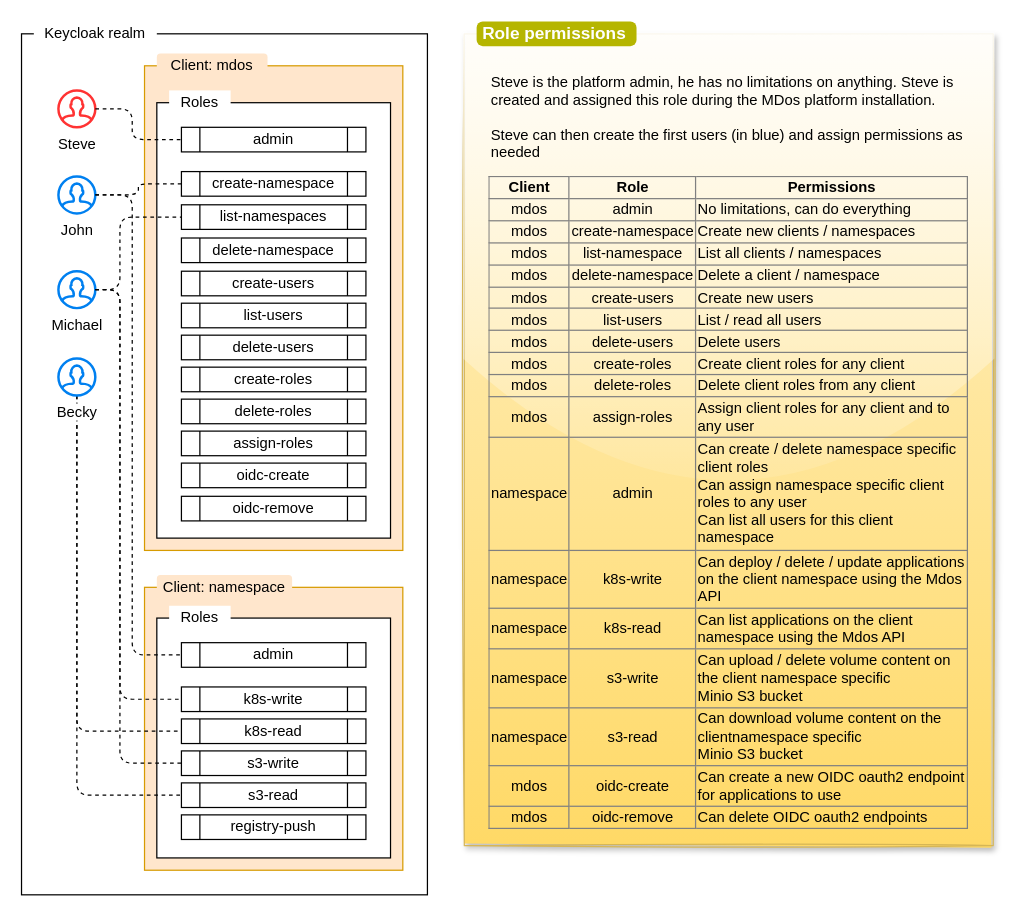
The draw.io diagram page "Keycloak roles" (3 of 8) of mdos-docs/draw.io/architecture.drawio in mdundek/mdos, before the edit. Source tidied: cells renumbered, new cells numbered last; positions are measured from the earlier drawing's top-left corner, leaving out a move shared by most shapes. Both pictures are drawn from the tidied source at 123%, with x=0, y=0 at pixel (21, 21).
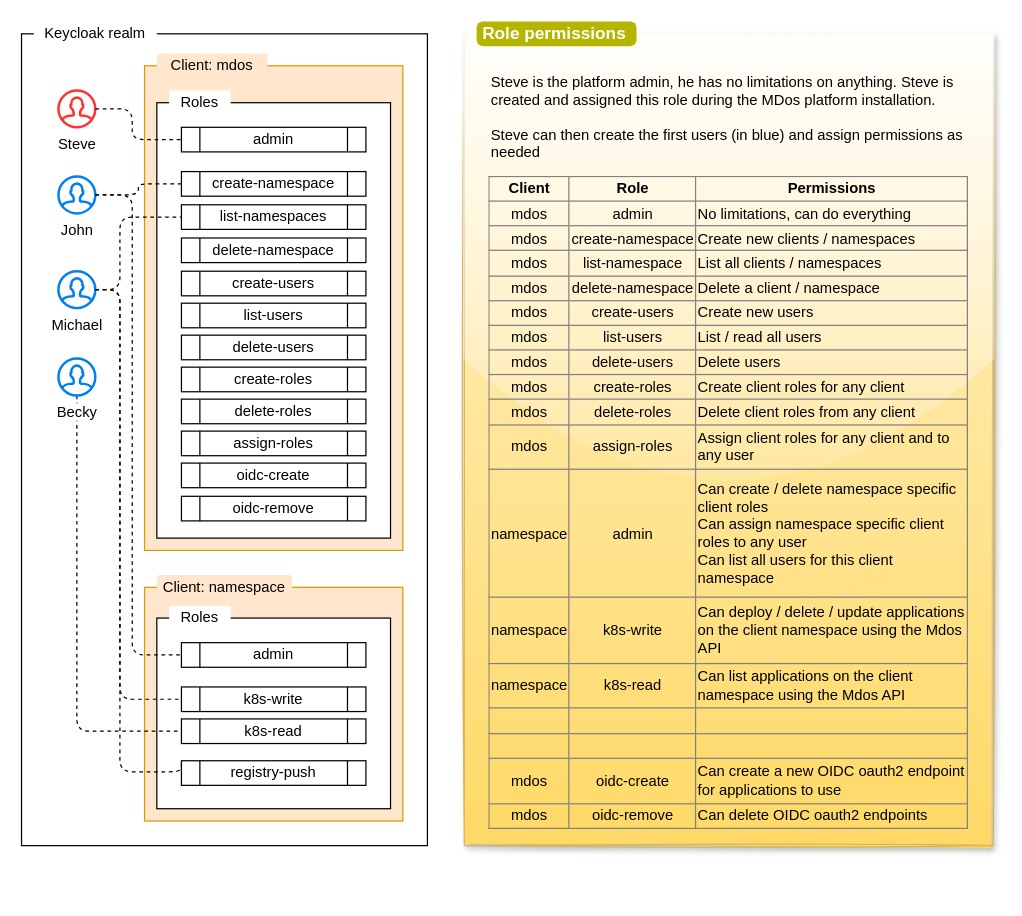
After the change.

The change refers to these unchanged cells:
```xml
<mxCell id="5" value="Michael" style="html=1;verticalLabelPosition=bottom;align=center;labelBackgroundColor=#ffffff;verticalAlign=top;strokeWidth=2;strokeColor=#0080F0;shadow=0;dashed=0;shape=mxgraph.ios7.icons.user;" parent="1" vertex="1">
  <mxGeometry x="30" y="203" width="30" height="30" as="geometry" />
</mxCell>
<mxCell id="27" value="Becky" style="html=1;verticalLabelPosition=bottom;align=center;labelBackgroundColor=#ffffff;verticalAlign=top;strokeWidth=2;strokeColor=#0080F0;shadow=0;dashed=0;shape=mxgraph.ios7.icons.user;" parent="1" vertex="1">
  <mxGeometry x="30" y="274" width="30" height="30" as="geometry" />
</mxCell>
```

Diff of the diagram source:
```diff
@@
     <mxCell id="2" style="rounded=0;whiteSpace=wrap;html=1;" parent="1" vertex="1">
-      <mxGeometry y="10" width="330" height="700" as="geometry" />
+      <mxGeometry y="10" width="330" height="660" as="geometry" />
     </mxCell>
@@
     <mxCell id="14" style="rounded=0;whiteSpace=wrap;html=1;fillColor=#ffe6cc;strokeColor=#d79b00;" parent="1" vertex="1">
-      <mxGeometry x="100" y="460" width="210" height="230" as="geometry" />
+      <mxGeometry x="100" y="460" width="210" height="190" as="geometry" />
     </mxCell>
@@
     <mxCell id="16" style="rounded=0;whiteSpace=wrap;html=1;fillColor=default;" parent="1" vertex="1">
-      <mxGeometry x="110" y="485" width="190" height="195" as="geometry" />
+      <mxGeometry x="110" y="485" width="190" height="155" as="geometry" />
     </mxCell>
@@
-    <mxCell id="20" value="s3-write" style="shape=process;whiteSpace=wrap;html=1;backgroundOutline=1;fillColor=default;" parent="1" vertex="1">
-      <mxGeometry x="130" y="593" width="150" height="20" as="geometry" />
-    </mxCell>
@@
-    <mxCell id="22" value="s3-read" style="shape=process;whiteSpace=wrap;html=1;backgroundOutline=1;fillColor=default;" parent="1" vertex="1">
-      <mxGeometry x="130" y="619" width="150" height="20" as="geometry" />
-    </mxCell>
@@
-    <mxCell id="25" style="edgeStyle=orthogonalEdgeStyle;rounded=1;jettySize=auto;html=1;dashed=1;fontColor=#000000;endArrow=none;endFill=0;strokeWidth=1;" parent="1" edge="1" source="27" target="22">
-      <mxGeometry relative="1" as="geometry">
-        <Array as="points">
-          <mxPoint x="45" y="629" />
-        </Array>
-      </mxGeometry>
-    </mxCell>
@@
-    <mxCell id="29" style="edgeStyle=orthogonalEdgeStyle;rounded=1;jettySize=auto;html=1;dashed=1;fontColor=#000000;endArrow=none;endFill=0;strokeWidth=1;" parent="1" edge="1" source="5" target="20">
+    <mxCell id="29" style="edgeStyle=orthogonalEdgeStyle;rounded=1;jettySize=auto;html=1;dashed=1;fontColor=#000000;endArrow=none;endFill=0;strokeWidth=1;" parent="1" edge="1" source="5">
       <mxGeometry relative="1" as="geometry">
+        <mxPoint x="130" y="603" as="targetPoint" />
         <Array as="points">
           <mxPoint x="80" y="218" />
-          <mxPoint x="80" y="603" />
+          <mxPoint x="80" y="610" />
+          <mxPoint x="130" y="610" />
         </Array>
       </mxGeometry>
     </mxCell>
@@
-    <mxCell id="34" value="&lt;table border=&quot;1&quot; width=&quot;100%&quot; height=&quot;100%&quot; style=&quot;width:100%;height:100%;border-collapse:collapse;&quot;&gt;&lt;tbody&gt;&lt;tr&gt;&lt;td&gt;&lt;b&gt;Client&lt;/b&gt;&lt;/td&gt;&lt;td&gt;&lt;b&gt;Role&lt;/b&gt;&lt;/td&gt;&lt;td&gt;&lt;b&gt;Permissions&lt;/b&gt;&lt;/td&gt;&lt;/tr&gt;&lt;tr&gt;&lt;td&gt;mdos&lt;/td&gt;&lt;td&gt;admin&lt;/td&gt;&lt;td style=&quot;text-align: left;&quot;&gt;No limitations, can do everything&lt;/td&gt;&lt;/tr&gt;&lt;tr&gt;&lt;td&gt;mdos&lt;/td&gt;&lt;td&gt;&lt;span style=&quot;&quot;&gt;create-namespace&lt;/span&gt;&lt;br&gt;&lt;/td&gt;&lt;td style=&quot;text-align: left;&quot;&gt;Create new clients / namespaces&lt;br&gt;&lt;/td&gt;&lt;/tr&gt;&lt;tr&gt;&lt;td&gt;&lt;span style=&quot;&quot;&gt;mdos&lt;/span&gt;&lt;br&gt;&lt;/td&gt;&lt;td&gt;&lt;span style=&quot;&quot;&gt;list-namespace&lt;/span&gt;&lt;br&gt;&lt;/td&gt;&lt;td style=&quot;text-align: left;&quot;&gt;List all clients / namespaces&lt;/td&gt;&lt;/tr&gt;&lt;tr&gt;&lt;td&gt;&lt;span style=&quot;&quot;&gt;mdos&lt;/span&gt;&lt;br&gt;&lt;/td&gt;&lt;td&gt;&lt;span style=&quot;&quot;&gt;delete-&lt;/span&gt;namespace&lt;br&gt;&lt;/td&gt;&lt;td style=&quot;text-align: left;&quot;&gt;Delete a client / namespace&lt;/td&gt;&lt;/tr&gt;&lt;tr&gt;&lt;td&gt;&lt;span style=&quot;&quot;&gt;mdos&lt;/span&gt;&lt;br&gt;&lt;/td&gt;&lt;td&gt;&lt;span style=&quot;&quot;&gt;create-users&lt;/span&gt;&lt;br&gt;&lt;/td&gt;&lt;td style=&quot;text-align: left;&quot;&gt;Create new users&lt;/td&gt;&lt;/tr&gt;&lt;tr&gt;&lt;td&gt;&lt;span style=&quot;&quot;&gt;mdos&lt;/span&gt;&lt;br&gt;&lt;/td&gt;&lt;td&gt;&lt;span style=&quot;&quot;&gt;list-users&lt;/span&gt;&lt;br&gt;&lt;/td&gt;&lt;td style=&quot;text-align: left;&quot;&gt;List / read all users&lt;/td&gt;&lt;/tr&gt;&lt;tr&gt;&lt;td&gt;&lt;span style=&quot;&quot;&gt;mdos&lt;/span&gt;&lt;br&gt;&lt;/td&gt;&lt;td&gt;&lt;span style=&quot;&quot;&gt;delete-users&lt;/span&gt;&lt;br&gt;&lt;/td&gt;&lt;td style=&quot;text-align: left;&quot;&gt;Delete users&lt;/td&gt;&lt;/tr&gt;&lt;tr&gt;&lt;td&gt;&lt;span style=&quot;&quot;&gt;mdos&lt;/span&gt;&lt;br&gt;&lt;/td&gt;&lt;td&gt;&lt;span style=&quot;&quot;&gt;create-roles&lt;/span&gt;&lt;br&gt;&lt;/td&gt;&lt;td style=&quot;text-align: left;&quot;&gt;Create client roles for any client&lt;br&gt;&lt;/td&gt;&lt;/tr&gt;&lt;tr&gt;&lt;td&gt;mdos&lt;br&gt;&lt;/td&gt;&lt;td&gt;delete-roles&lt;br&gt;&lt;/td&gt;&lt;td style=&quot;text-align: left;&quot;&gt;Delete client roles from any client&lt;/td&gt;&lt;/tr&gt;&lt;tr&gt;&lt;td&gt;mdos&lt;br&gt;&lt;/td&gt;&lt;td&gt;assign-roles&lt;br&gt;&lt;/td&gt;&lt;td&gt;&lt;div style=&quot;text-align: left;&quot;&gt;&lt;span style=&quot;background-color: initial;&quot;&gt;Assign client roles for any client and to&lt;/span&gt;&lt;/div&gt;&lt;div style=&quot;text-align: left;&quot;&gt;&lt;span style=&quot;background-color: initial;&quot;&gt;any user&lt;/span&gt;&lt;/div&gt;&lt;/td&gt;&lt;/tr&gt;&lt;tr&gt;&lt;td&gt;namespace&lt;br&gt;&lt;/td&gt;&lt;td&gt;&lt;span style=&quot;&quot;&gt;admin&lt;/span&gt;&lt;br&gt;&lt;/td&gt;&lt;td&gt;&lt;div style=&quot;text-align: left;&quot;&gt;&lt;span style=&quot;background-color: initial;&quot;&gt;Can create / delete namespace specific&lt;/span&gt;&lt;/div&gt;&lt;div style=&quot;text-align: left;&quot;&gt;&lt;span style=&quot;background-color: initial;&quot;&gt;client roles&lt;/span&gt;&lt;/div&gt;&lt;div style=&quot;text-align: left;&quot;&gt;&lt;span style=&quot;background-color: initial;&quot;&gt;Can assign namespace specific client&lt;/span&gt;&lt;/div&gt;&lt;div style=&quot;text-align: left;&quot;&gt;&lt;span style=&quot;background-color: initial;&quot;&gt;roles&amp;nbsp;&lt;/span&gt;&lt;span style=&quot;background-color: initial;&quot;&gt;to any user&lt;/span&gt;&lt;/div&gt;&lt;div style=&quot;text-align: left;&quot;&gt;&lt;span style=&quot;background-color: initial;&quot;&gt;Can list all users for this client&lt;/span&gt;&lt;/div&gt;&lt;div style=&quot;text-align: left;&quot;&gt;&lt;span style=&quot;background-color: initial;&quot;&gt;namespace&lt;/span&gt;&lt;/div&gt;&lt;/td&gt;&lt;/tr&gt;&lt;tr&gt;&lt;td&gt;namespace&lt;br&gt;&lt;/td&gt;&lt;td&gt;&lt;span style=&quot;&quot;&gt;k8s-write&lt;/span&gt;&lt;br&gt;&lt;/td&gt;&lt;td style=&quot;text-align: left;&quot;&gt;Can deploy / delete / update applications&lt;br&gt;on the client namespace using the Mdos&lt;br&gt;API&lt;/td&gt;&lt;/tr&gt;&lt;tr&gt;&lt;td&gt;namespace&lt;br&gt;&lt;/td&gt;&lt;td&gt;&lt;span style=&quot;&quot;&gt;k8s-read&lt;/span&gt;&lt;br&gt;&lt;/td&gt;&lt;td&gt;&lt;div style=&quot;text-align: left;&quot;&gt;&lt;span style=&quot;background-color: initial;&quot;&gt;Can list applications on the client&lt;/span&gt;&lt;/div&gt;&lt;div style=&quot;text-align: left;&quot;&gt;&lt;span style=&quot;background-color: initial;&quot;&gt;namespace&amp;nbsp;&lt;/span&gt;&lt;span style=&quot;background-color: initial;&quot;&gt;using the Mdos API&lt;/span&gt;&lt;/div&gt;&lt;/td&gt;&lt;/tr&gt;&lt;tr&gt;&lt;td&gt;namespace&lt;br&gt;&lt;/td&gt;&lt;td&gt;&lt;span style=&quot;&quot;&gt;s3-write&lt;/span&gt;&lt;br&gt;&lt;/td&gt;&lt;td style=&quot;text-align: left;&quot;&gt;Can upload / delete volume content on&lt;br&gt;the client namespace specific&lt;br&gt;Minio S3 bucket&lt;/td&gt;&lt;/tr&gt;&lt;tr&gt;&lt;td&gt;namespace&lt;br&gt;&lt;/td&gt;&lt;td&gt;&lt;span style=&quot;&quot;&gt;s3-read&lt;/span&gt;&lt;br&gt;&lt;/td&gt;&lt;td style=&quot;text-align: left;&quot;&gt;Can download volume content on the&lt;br&gt;clientnamespace specific&lt;br&gt;Minio S3 bucket&lt;/td&gt;&lt;/tr&gt;&lt;tr&gt;&lt;td&gt;mdos&lt;/td&gt;&lt;td&gt;&lt;span style=&quot;&quot;&gt;oidc-create&lt;/span&gt;&lt;br&gt;&lt;/td&gt;&lt;td&gt;&lt;div style=&quot;text-align: left;&quot;&gt;&lt;span style=&quot;background-color: initial;&quot;&gt;Can create a new OIDC oauth2 endpoint&lt;/span&gt;&lt;/div&gt;&lt;div style=&quot;text-align: left;&quot;&gt;&lt;span style=&quot;background-color: initial;&quot;&gt;for applications to use&lt;/span&gt;&lt;/div&gt;&lt;/td&gt;&lt;/tr&gt;&lt;tr&gt;&lt;td&gt;mdos&lt;/td&gt;&lt;td&gt;&lt;span style=&quot;&quot;&gt;oidc-remove&lt;/span&gt;&lt;br&gt;&lt;/td&gt;&lt;td style=&quot;text-align: left;&quot;&gt;Can delete OIDC oauth2 endpoints&lt;/td&gt;&lt;/tr&gt;&lt;/tbody&gt;&lt;/table&gt;" style="text;html=1;strokeColor=none;fillColor=none;overflow=fill;rounded=0;shadow=0;glass=0;sketch=0;fontColor=#000000;align=center;" parent="1" vertex="1">
+    <mxCell id="34" value="&lt;table border=&quot;1&quot; width=&quot;100%&quot; height=&quot;100%&quot; style=&quot;width:100%;height:100%;border-collapse:collapse;&quot;&gt;&lt;tbody&gt;&lt;tr&gt;&lt;td&gt;&lt;b&gt;Client&lt;/b&gt;&lt;/td&gt;&lt;td&gt;&lt;b&gt;Role&lt;/b&gt;&lt;/td&gt;&lt;td&gt;&lt;b&gt;Permissions&lt;/b&gt;&lt;/td&gt;&lt;/tr&gt;&lt;tr&gt;&lt;td&gt;mdos&lt;/td&gt;&lt;td&gt;admin&lt;/td&gt;&lt;td style=&quot;text-align: left;&quot;&gt;No limitations, can do everything&lt;/td&gt;&lt;/tr&gt;&lt;tr&gt;&lt;td&gt;mdos&lt;/td&gt;&lt;td&gt;&lt;span style=&quot;&quot;&gt;create-namespace&lt;/span&gt;&lt;br&gt;&lt;/td&gt;&lt;td style=&quot;text-align: left;&quot;&gt;Create new clients / namespaces&lt;br&gt;&lt;/td&gt;&lt;/tr&gt;&lt;tr&gt;&lt;td&gt;&lt;span style=&quot;&quot;&gt;mdos&lt;/span&gt;&lt;br&gt;&lt;/td&gt;&lt;td&gt;&lt;span style=&quot;&quot;&gt;list-namespace&lt;/span&gt;&lt;br&gt;&lt;/td&gt;&lt;td style=&quot;text-align: left;&quot;&gt;List all clients / namespaces&lt;/td&gt;&lt;/tr&gt;&lt;tr&gt;&lt;td&gt;&lt;span style=&quot;&quot;&gt;mdos&lt;/span&gt;&lt;br&gt;&lt;/td&gt;&lt;td&gt;&lt;span style=&quot;&quot;&gt;delete-&lt;/span&gt;namespace&lt;br&gt;&lt;/td&gt;&lt;td style=&quot;text-align: left;&quot;&gt;Delete a client / namespace&lt;/td&gt;&lt;/tr&gt;&lt;tr&gt;&lt;td&gt;&lt;span style=&quot;&quot;&gt;mdos&lt;/span&gt;&lt;br&gt;&lt;/td&gt;&lt;td&gt;&lt;span style=&quot;&quot;&gt;create-users&lt;/span&gt;&lt;br&gt;&lt;/td&gt;&lt;td style=&quot;text-align: left;&quot;&gt;Create new users&lt;/td&gt;&lt;/tr&gt;&lt;tr&gt;&lt;td&gt;&lt;span style=&quot;&quot;&gt;mdos&lt;/span&gt;&lt;br&gt;&lt;/td&gt;&lt;td&gt;&lt;span style=&quot;&quot;&gt;list-users&lt;/span&gt;&lt;br&gt;&lt;/td&gt;&lt;td style=&quot;text-align: left;&quot;&gt;List / read all users&lt;/td&gt;&lt;/tr&gt;&lt;tr&gt;&lt;td&gt;&lt;span style=&quot;&quot;&gt;mdos&lt;/span&gt;&lt;br&gt;&lt;/td&gt;&lt;td&gt;&lt;span style=&quot;&quot;&gt;delete-users&lt;/span&gt;&lt;br&gt;&lt;/td&gt;&lt;td style=&quot;text-align: left;&quot;&gt;Delete users&lt;/td&gt;&lt;/tr&gt;&lt;tr&gt;&lt;td&gt;&lt;span style=&quot;&quot;&gt;mdos&lt;/span&gt;&lt;br&gt;&lt;/td&gt;&lt;td&gt;&lt;span style=&quot;&quot;&gt;create-roles&lt;/span&gt;&lt;br&gt;&lt;/td&gt;&lt;td style=&quot;text-align: left;&quot;&gt;Create client roles for any client&lt;br&gt;&lt;/td&gt;&lt;/tr&gt;&lt;tr&gt;&lt;td&gt;mdos&lt;br&gt;&lt;/td&gt;&lt;td&gt;delete-roles&lt;br&gt;&lt;/td&gt;&lt;td style=&quot;text-align: left;&quot;&gt;Delete client roles from any client&lt;/td&gt;&lt;/tr&gt;&lt;tr&gt;&lt;td&gt;mdos&lt;br&gt;&lt;/td&gt;&lt;td&gt;assign-roles&lt;br&gt;&lt;/td&gt;&lt;td&gt;&lt;div style=&quot;text-align: left;&quot;&gt;&lt;span style=&quot;background-color: initial;&quot;&gt;Assign client roles for any client and to&lt;/span&gt;&lt;/div&gt;&lt;div style=&quot;text-align: left;&quot;&gt;&lt;span style=&quot;background-color: initial;&quot;&gt;any user&lt;/span&gt;&lt;/div&gt;&lt;/td&gt;&lt;/tr&gt;&lt;tr&gt;&lt;td&gt;namespace&lt;br&gt;&lt;/td&gt;&lt;td&gt;&lt;span style=&quot;&quot;&gt;admin&lt;/span&gt;&lt;br&gt;&lt;/td&gt;&lt;td&gt;&lt;div style=&quot;text-align: left;&quot;&gt;&lt;span style=&quot;background-color: initial;&quot;&gt;Can create / delete namespace specific&lt;/span&gt;&lt;/div&gt;&lt;div style=&quot;text-align: left;&quot;&gt;&lt;span style=&quot;background-color: initial;&quot;&gt;client roles&lt;/span&gt;&lt;/div&gt;&lt;div style=&quot;text-align: left;&quot;&gt;&lt;span style=&quot;background-color: initial;&quot;&gt;Can assign namespace specific client&lt;/span&gt;&lt;/div&gt;&lt;div style=&quot;text-align: left;&quot;&gt;&lt;span style=&quot;background-color: initial;&quot;&gt;roles&amp;nbsp;&lt;/span&gt;&lt;span style=&quot;background-color: initial;&quot;&gt;to any user&lt;/span&gt;&lt;/div&gt;&lt;div style=&quot;text-align: left;&quot;&gt;&lt;span style=&quot;background-color: initial;&quot;&gt;Can list all users for this client&lt;/span&gt;&lt;/div&gt;&lt;div style=&quot;text-align: left;&quot;&gt;&lt;span style=&quot;background-color: initial;&quot;&gt;namespace&lt;/span&gt;&lt;/div&gt;&lt;/td&gt;&lt;/tr&gt;&lt;tr&gt;&lt;td&gt;namespace&lt;br&gt;&lt;/td&gt;&lt;td&gt;&lt;span style=&quot;&quot;&gt;k8s-write&lt;/span&gt;&lt;br&gt;&lt;/td&gt;&lt;td style=&quot;text-align: left;&quot;&gt;Can deploy / delete / update applications&lt;br&gt;on the client namespace using the Mdos&lt;br&gt;API&lt;/td&gt;&lt;/tr&gt;&lt;tr&gt;&lt;td&gt;namespace&lt;br&gt;&lt;/td&gt;&lt;td&gt;&lt;span style=&quot;&quot;&gt;k8s-read&lt;/span&gt;&lt;br&gt;&lt;/td&gt;&lt;td&gt;&lt;div style=&quot;text-align: left;&quot;&gt;&lt;span style=&quot;background-color: initial;&quot;&gt;Can list applications on the client&lt;/span&gt;&lt;/div&gt;&lt;div style=&quot;text-align: left;&quot;&gt;&lt;span style=&quot;background-color: initial;&quot;&gt;namespace&amp;nbsp;&lt;/span&gt;&lt;span style=&quot;background-color: initial;&quot;&gt;using the Mdos API&lt;/span&gt;&lt;/div&gt;&lt;/td&gt;&lt;/tr&gt;&lt;tr&gt;&lt;td&gt;&lt;br&gt;&lt;/td&gt;&lt;td&gt;&lt;br&gt;&lt;/td&gt;&lt;td style=&quot;text-align: left;&quot;&gt;&lt;br&gt;&lt;/td&gt;&lt;/tr&gt;&lt;tr&gt;&lt;td&gt;&lt;br&gt;&lt;/td&gt;&lt;td&gt;&lt;br&gt;&lt;/td&gt;&lt;td style=&quot;text-align: left;&quot;&gt;&lt;/td&gt;&lt;/tr&gt;&lt;tr&gt;&lt;td&gt;mdos&lt;/td&gt;&lt;td&gt;&lt;span style=&quot;&quot;&gt;oidc-create&lt;/span&gt;&lt;br&gt;&lt;/td&gt;&lt;td&gt;&lt;div style=&quot;text-align: left;&quot;&gt;&lt;span style=&quot;background-color: initial;&quot;&gt;Can create a new OIDC oauth2 endpoint&lt;/span&gt;&lt;/div&gt;&lt;div style=&quot;text-align: left;&quot;&gt;&lt;span style=&quot;background-color: initial;&quot;&gt;for applications to use&lt;/span&gt;&lt;/div&gt;&lt;/td&gt;&lt;/tr&gt;&lt;tr&gt;&lt;td&gt;mdos&lt;/td&gt;&lt;td&gt;&lt;span style=&quot;&quot;&gt;oidc-remove&lt;/span&gt;&lt;br&gt;&lt;/td&gt;&lt;td style=&quot;text-align: left;&quot;&gt;Can delete OIDC oauth2 endpoints&lt;/td&gt;&lt;/tr&gt;&lt;/tbody&gt;&lt;/table&gt;" style="text;html=1;strokeColor=none;fillColor=none;overflow=fill;rounded=0;shadow=0;glass=0;sketch=0;fontColor=#000000;align=center;" parent="1" vertex="1">
       <mxGeometry x="380" y="126" width="390" height="531" as="geometry" />
     </mxCell>
@@
     <mxCell id="45" value="registry-push" style="shape=process;whiteSpace=wrap;html=1;backgroundOutline=1;fillColor=default;" parent="1" vertex="1">
-      <mxGeometry x="130" y="645" width="150" height="20" as="geometry" />
+      <mxGeometry x="130" y="601" width="150" height="20" as="geometry" />
     </mxCell>
```
